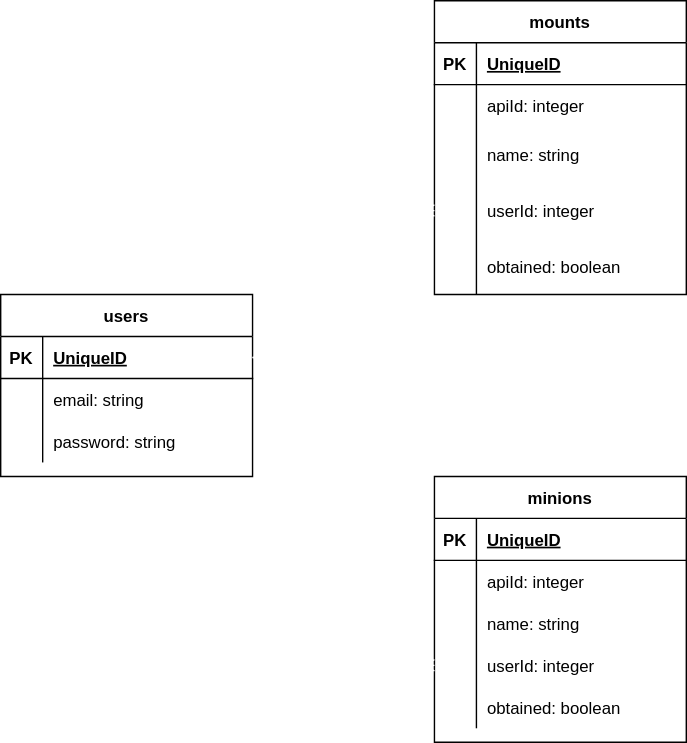
Before: media/readme/ERD.drawio.svg, a diagram exported from draw.io (average-alien/ffxiv-collection-tracker). Source tidied: cells renumbered, new cells last; positions are measured from the earlier drawing's top-left corner, leaving out a move shared by most shapes.
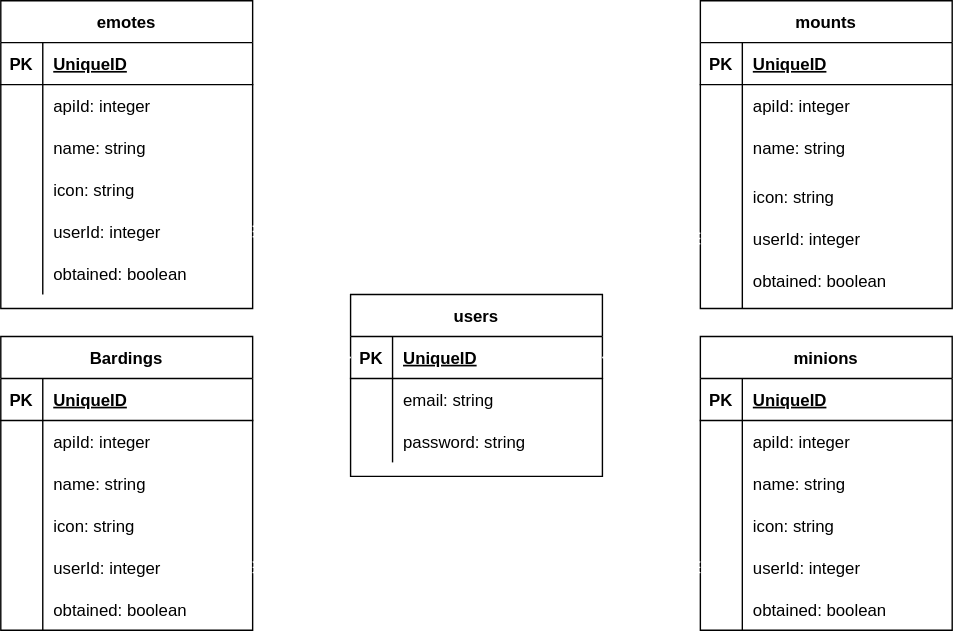
After the commit.

The edit, as a diff of the source:
```diff
@@ -3,7 +3,7 @@
     <mxCell id="0" />
     <mxCell id="1" parent="0" />
     <mxCell id="2" value="users" style="shape=table;startSize=30;rowLines=0;fontStyle=1;align=center;swimlaneFillColor=default;" parent="1" vertex="1">
-      <mxGeometry y="210" width="180" height="130" as="geometry" />
+      <mxGeometry x="250" y="210" width="180" height="130" as="geometry" />
     </mxCell>
     <mxCell id="3" style="shape=partialRectangle;fillColor=none;top=0;left=0;bottom=1;right=0;points=[[0,0.5],[1,0.5]];portConstraint=eastwest;" parent="2" vertex="1">
       <mxGeometry y="30" width="180" height="30" as="geometry" />
@@ -33,7 +33,7 @@
       <mxGeometry x="30" width="150" height="30" as="geometry" />
     </mxCell>
     <mxCell id="12" value="mounts" style="shape=table;startSize=30;rowLines=0;fontStyle=1;align=center;swimlaneFillColor=default;" parent="1" vertex="1">
-      <mxGeometry x="310" width="180" height="210" as="geometry" />
+      <mxGeometry x="500" width="180" height="220" as="geometry" />
     </mxCell>
     <mxCell id="13" style="shape=partialRectangle;fillColor=none;top=0;left=0;bottom=1;right=0;" parent="12" vertex="1">
       <mxGeometry y="30" width="180" height="30" as="geometry" />
@@ -54,25 +54,34 @@
       <mxGeometry x="30" width="150" height="30" as="geometry" />
     </mxCell>
     <mxCell id="19" style="shape=partialRectangle;fillColor=none;top=0;left=0;bottom=0;right=0;" parent="12" vertex="1">
-      <mxGeometry y="90" width="180" height="40" as="geometry" />
+      <mxGeometry y="90" width="180" height="30" as="geometry" />
     </mxCell>
     <mxCell id="20" style="shape=partialRectangle;fillColor=none;top=0;left=0;bottom=0;right=0;overflow=hidden;" parent="19" vertex="1">
-      <mxGeometry width="30" height="40" as="geometry" />
+      <mxGeometry width="30" height="30" as="geometry" />
     </mxCell>
     <mxCell id="21" value="name: string" style="shape=partialRectangle;fillColor=none;top=0;left=0;bottom=0;right=0;align=left;spacingLeft=6;overflow=hidden;" parent="19" vertex="1">
-      <mxGeometry x="30" width="150" height="40" as="geometry" />
+      <mxGeometry x="30" width="150" height="30" as="geometry" />
     </mxCell>
+    <mxCell id="46" style="shape=partialRectangle;fillColor=none;top=0;left=0;bottom=0;right=0;" parent="12" vertex="1">
+      <mxGeometry y="120" width="180" height="40" as="geometry" />
+    </mxCell>
+    <mxCell id="47" style="shape=partialRectangle;fillColor=none;top=0;left=0;bottom=0;right=0;overflow=hidden;" parent="46" vertex="1">
+      <mxGeometry width="30" height="40" as="geometry" />
+    </mxCell>
+    <mxCell id="48" value="icon: string" style="shape=partialRectangle;fillColor=none;top=0;left=0;bottom=0;right=0;align=left;spacingLeft=6;overflow=hidden;" parent="46" vertex="1">
+      <mxGeometry x="30" width="150" height="40" as="geometry" />
+    </mxCell>
     <mxCell id="22" style="shape=partialRectangle;fillColor=none;top=0;left=0;bottom=0;right=0;points=[[0,0.5],[1,0.5]];portConstraint=eastwest;" parent="12" vertex="1">
-      <mxGeometry y="130" width="180" height="40" as="geometry" />
+      <mxGeometry y="160" width="180" height="20" as="geometry" />
     </mxCell>
     <mxCell id="23" style="shape=partialRectangle;fillColor=none;top=0;left=0;bottom=0;right=0;overflow=hidden;" parent="22" vertex="1">
-      <mxGeometry width="30" height="40" as="geometry" />
+      <mxGeometry width="30" height="20" as="geometry" />
     </mxCell>
     <mxCell id="24" value="userId: integer" style="shape=partialRectangle;fillColor=none;top=0;left=0;bottom=0;right=0;align=left;spacingLeft=6;overflow=hidden;" parent="22" vertex="1">
-      <mxGeometry x="30" width="150" height="40" as="geometry" />
+      <mxGeometry x="30" width="150" height="20" as="geometry" />
     </mxCell>
     <mxCell id="25" style="shape=partialRectangle;fillColor=none;top=0;left=0;bottom=0;right=0;" parent="12" vertex="1">
-      <mxGeometry y="170" width="180" height="40" as="geometry" />
+      <mxGeometry y="180" width="180" height="40" as="geometry" />
     </mxCell>
     <mxCell id="26" style="shape=partialRectangle;fillColor=none;top=0;left=0;bottom=0;right=0;overflow=hidden;" parent="25" vertex="1">
       <mxGeometry width="30" height="40" as="geometry" />
@@ -81,7 +90,7 @@
       <mxGeometry x="30" width="150" height="40" as="geometry" />
     </mxCell>
     <mxCell id="28" value="minions" style="shape=table;startSize=30;rowLines=0;fontStyle=1;align=center;swimlaneFillColor=default;" parent="1" vertex="1">
-      <mxGeometry x="310" y="340" width="180" height="190" as="geometry" />
+      <mxGeometry x="500" y="240" width="180" height="210" as="geometry" />
     </mxCell>
     <mxCell id="29" style="shape=partialRectangle;fillColor=none;top=0;left=0;bottom=1;right=0;" parent="28" vertex="1">
       <mxGeometry y="30" width="180" height="30" as="geometry" />
@@ -110,8 +119,17 @@
     <mxCell id="37" value="name: string" style="shape=partialRectangle;fillColor=none;top=0;left=0;bottom=0;right=0;align=left;spacingLeft=6;overflow=hidden;" parent="35" vertex="1">
       <mxGeometry x="30" width="150" height="30" as="geometry" />
     </mxCell>
+    <mxCell id="49" style="shape=partialRectangle;fillColor=none;top=0;left=0;bottom=0;right=0;" parent="28" vertex="1">
+      <mxGeometry y="120" width="180" height="30" as="geometry" />
+    </mxCell>
+    <mxCell id="50" style="shape=partialRectangle;fillColor=none;top=0;left=0;bottom=0;right=0;overflow=hidden;" parent="49" vertex="1">
+      <mxGeometry width="30" height="30" as="geometry" />
+    </mxCell>
+    <mxCell id="51" value="icon: string" style="shape=partialRectangle;fillColor=none;top=0;left=0;bottom=0;right=0;align=left;spacingLeft=6;overflow=hidden;" parent="49" vertex="1">
+      <mxGeometry x="30" width="150" height="30" as="geometry" />
+    </mxCell>
     <mxCell id="38" style="shape=partialRectangle;fillColor=none;top=0;left=0;bottom=0;right=0;points=[[0,0.5],[1,0.5]];portConstraint=eastwest;" parent="28" vertex="1">
-      <mxGeometry y="120" width="180" height="30" as="geometry" />
+      <mxGeometry y="150" width="180" height="30" as="geometry" />
     </mxCell>
     <mxCell id="39" style="shape=partialRectangle;fillColor=none;top=0;left=0;bottom=0;right=0;overflow=hidden;" parent="38" vertex="1">
       <mxGeometry width="30" height="30" as="geometry" />
@@ -120,7 +138,7 @@
       <mxGeometry x="30" width="150" height="30" as="geometry" />
     </mxCell>
     <mxCell id="41" style="shape=partialRectangle;fillColor=none;top=0;left=0;bottom=0;right=0;" parent="28" vertex="1">
-      <mxGeometry y="150" width="180" height="30" as="geometry" />
+      <mxGeometry y="180" width="180" height="30" as="geometry" />
     </mxCell>
     <mxCell id="42" style="shape=partialRectangle;fillColor=none;top=0;left=0;bottom=0;right=0;overflow=hidden;" parent="41" vertex="1">
       <mxGeometry width="30" height="30" as="geometry" />
@@ -134,5 +152,125 @@
     <mxCell id="45" style="edgeStyle=entityRelationEdgeStyle;fontSize=12;html=1;endArrow=ERzeroToMany;startArrow=ERmandOne;endFill=0;startFill=0;fillColor=#f5f5f5;strokeColor=#FFFFFF;" parent="1" edge="1" source="3" target="38">
       <mxGeometry relative="1" as="geometry" />
     </mxCell>
+    <mxCell id="52" value="emotes" style="shape=table;startSize=30;rowLines=0;fontStyle=1;align=center;swimlaneFillColor=default;" parent="1" vertex="1">
+      <mxGeometry width="180" height="220" as="geometry" />
+    </mxCell>
+    <mxCell id="53" style="shape=partialRectangle;fillColor=none;top=0;left=0;bottom=1;right=0;" parent="52" vertex="1">
+      <mxGeometry y="30" width="180" height="30" as="geometry" />
+    </mxCell>
+    <mxCell id="54" value="PK" style="shape=partialRectangle;fillColor=none;top=0;left=0;bottom=0;right=0;fontStyle=1;overflow=hidden;" parent="53" vertex="1">
+      <mxGeometry width="30" height="30" as="geometry" />
+    </mxCell>
+    <mxCell id="55" value="UniqueID" style="shape=partialRectangle;fillColor=none;top=0;left=0;bottom=0;right=0;align=left;spacingLeft=6;fontStyle=5;overflow=hidden;" parent="53" vertex="1">
+      <mxGeometry x="30" width="150" height="30" as="geometry" />
+    </mxCell>
+    <mxCell id="56" style="shape=partialRectangle;fillColor=none;top=0;left=0;bottom=0;right=0;" parent="52" vertex="1">
+      <mxGeometry y="60" width="180" height="30" as="geometry" />
+    </mxCell>
+    <mxCell id="57" style="shape=partialRectangle;fillColor=none;top=0;left=0;bottom=0;right=0;overflow=hidden;" parent="56" vertex="1">
+      <mxGeometry width="30" height="30" as="geometry" />
+    </mxCell>
+    <mxCell id="58" value="apiId: integer" style="shape=partialRectangle;fillColor=none;top=0;left=0;bottom=0;right=0;align=left;spacingLeft=6;overflow=hidden;" parent="56" vertex="1">
+      <mxGeometry x="30" width="150" height="30" as="geometry" />
+    </mxCell>
+    <mxCell id="59" style="shape=partialRectangle;fillColor=none;top=0;left=0;bottom=0;right=0;" parent="52" vertex="1">
+      <mxGeometry y="90" width="180" height="30" as="geometry" />
+    </mxCell>
+    <mxCell id="60" style="shape=partialRectangle;fillColor=none;top=0;left=0;bottom=0;right=0;overflow=hidden;" parent="59" vertex="1">
+      <mxGeometry width="30" height="30" as="geometry" />
+    </mxCell>
+    <mxCell id="61" value="name: string" style="shape=partialRectangle;fillColor=none;top=0;left=0;bottom=0;right=0;align=left;spacingLeft=6;overflow=hidden;" parent="59" vertex="1">
+      <mxGeometry x="30" width="150" height="30" as="geometry" />
+    </mxCell>
+    <mxCell id="62" style="shape=partialRectangle;fillColor=none;top=0;left=0;bottom=0;right=0;" parent="52" vertex="1">
+      <mxGeometry y="120" width="180" height="30" as="geometry" />
+    </mxCell>
+    <mxCell id="63" style="shape=partialRectangle;fillColor=none;top=0;left=0;bottom=0;right=0;overflow=hidden;" parent="62" vertex="1">
+      <mxGeometry width="30" height="30" as="geometry" />
+    </mxCell>
+    <mxCell id="64" value="icon: string" style="shape=partialRectangle;fillColor=none;top=0;left=0;bottom=0;right=0;align=left;spacingLeft=6;overflow=hidden;" parent="62" vertex="1">
+      <mxGeometry x="30" width="150" height="30" as="geometry" />
+    </mxCell>
+    <mxCell id="65" style="shape=partialRectangle;fillColor=none;top=0;left=0;bottom=0;right=0;points=[[0,0.5],[1,0.5]];portConstraint=eastwest;" parent="52" vertex="1">
+      <mxGeometry y="150" width="180" height="30" as="geometry" />
+    </mxCell>
+    <mxCell id="66" style="shape=partialRectangle;fillColor=none;top=0;left=0;bottom=0;right=0;overflow=hidden;" parent="65" vertex="1">
+      <mxGeometry width="30" height="30" as="geometry" />
+    </mxCell>
+    <mxCell id="67" value="userId: integer" style="shape=partialRectangle;fillColor=none;top=0;left=0;bottom=0;right=0;align=left;spacingLeft=6;overflow=hidden;" parent="65" vertex="1">
+      <mxGeometry x="30" width="150" height="30" as="geometry" />
+    </mxCell>
+    <mxCell id="68" style="shape=partialRectangle;fillColor=none;top=0;left=0;bottom=0;right=0;" parent="52" vertex="1">
+      <mxGeometry y="180" width="180" height="30" as="geometry" />
+    </mxCell>
+    <mxCell id="69" style="shape=partialRectangle;fillColor=none;top=0;left=0;bottom=0;right=0;overflow=hidden;" parent="68" vertex="1">
+      <mxGeometry width="30" height="30" as="geometry" />
+    </mxCell>
+    <mxCell id="70" value="obtained: boolean" style="shape=partialRectangle;fillColor=none;top=0;left=0;bottom=0;right=0;align=left;spacingLeft=6;overflow=hidden;" parent="68" vertex="1">
+      <mxGeometry x="30" width="150" height="30" as="geometry" />
+    </mxCell>
+    <mxCell id="71" value="Bardings" style="shape=table;startSize=30;rowLines=0;fontStyle=1;align=center;swimlaneFillColor=default;" parent="1" vertex="1">
+      <mxGeometry y="240" width="180" height="210" as="geometry" />
+    </mxCell>
+    <mxCell id="72" style="shape=partialRectangle;fillColor=none;top=0;left=0;bottom=1;right=0;" parent="71" vertex="1">
+      <mxGeometry y="30" width="180" height="30" as="geometry" />
+    </mxCell>
+    <mxCell id="73" value="PK" style="shape=partialRectangle;fillColor=none;top=0;left=0;bottom=0;right=0;fontStyle=1;overflow=hidden;" parent="72" vertex="1">
+      <mxGeometry width="30" height="30" as="geometry" />
+    </mxCell>
+    <mxCell id="74" value="UniqueID" style="shape=partialRectangle;fillColor=none;top=0;left=0;bottom=0;right=0;align=left;spacingLeft=6;fontStyle=5;overflow=hidden;" parent="72" vertex="1">
+      <mxGeometry x="30" width="150" height="30" as="geometry" />
+    </mxCell>
+    <mxCell id="75" style="shape=partialRectangle;fillColor=none;top=0;left=0;bottom=0;right=0;" parent="71" vertex="1">
+      <mxGeometry y="60" width="180" height="30" as="geometry" />
+    </mxCell>
+    <mxCell id="76" style="shape=partialRectangle;fillColor=none;top=0;left=0;bottom=0;right=0;overflow=hidden;" parent="75" vertex="1">
+      <mxGeometry width="30" height="30" as="geometry" />
+    </mxCell>
+    <mxCell id="77" value="apiId: integer " style="shape=partialRectangle;fillColor=none;top=0;left=0;bottom=0;right=0;align=left;spacingLeft=6;overflow=hidden;" parent="75" vertex="1">
+      <mxGeometry x="30" width="150" height="30" as="geometry" />
+    </mxCell>
+    <mxCell id="78" style="shape=partialRectangle;fillColor=none;top=0;left=0;bottom=0;right=0;" parent="71" vertex="1">
+      <mxGeometry y="90" width="180" height="30" as="geometry" />
+    </mxCell>
+    <mxCell id="79" style="shape=partialRectangle;fillColor=none;top=0;left=0;bottom=0;right=0;overflow=hidden;" parent="78" vertex="1">
+      <mxGeometry width="30" height="30" as="geometry" />
+    </mxCell>
+    <mxCell id="80" value="name: string" style="shape=partialRectangle;fillColor=none;top=0;left=0;bottom=0;right=0;align=left;spacingLeft=6;overflow=hidden;" parent="78" vertex="1">
+      <mxGeometry x="30" width="150" height="30" as="geometry" />
+    </mxCell>
+    <mxCell id="81" style="shape=partialRectangle;fillColor=none;top=0;left=0;bottom=0;right=0;" parent="71" vertex="1">
+      <mxGeometry y="120" width="180" height="30" as="geometry" />
+    </mxCell>
+    <mxCell id="82" style="shape=partialRectangle;fillColor=none;top=0;left=0;bottom=0;right=0;overflow=hidden;" parent="81" vertex="1">
+      <mxGeometry width="30" height="30" as="geometry" />
+    </mxCell>
+    <mxCell id="83" value="icon: string" style="shape=partialRectangle;fillColor=none;top=0;left=0;bottom=0;right=0;align=left;spacingLeft=6;overflow=hidden;" parent="81" vertex="1">
+      <mxGeometry x="30" width="150" height="30" as="geometry" />
+    </mxCell>
+    <mxCell id="84" style="shape=partialRectangle;fillColor=none;top=0;left=0;bottom=0;right=0;points=[[0,0.5],[1,0.5]];portConstraint=eastwest;" parent="71" vertex="1">
+      <mxGeometry y="150" width="180" height="30" as="geometry" />
+    </mxCell>
+    <mxCell id="85" style="shape=partialRectangle;fillColor=none;top=0;left=0;bottom=0;right=0;overflow=hidden;" parent="84" vertex="1">
+      <mxGeometry width="30" height="30" as="geometry" />
+    </mxCell>
+    <mxCell id="86" value="userId: integer" style="shape=partialRectangle;fillColor=none;top=0;left=0;bottom=0;right=0;align=left;spacingLeft=6;overflow=hidden;" parent="84" vertex="1">
+      <mxGeometry x="30" width="150" height="30" as="geometry" />
+    </mxCell>
+    <mxCell id="87" style="shape=partialRectangle;fillColor=none;top=0;left=0;bottom=0;right=0;" parent="71" vertex="1">
+      <mxGeometry y="180" width="180" height="30" as="geometry" />
+    </mxCell>
+    <mxCell id="88" style="shape=partialRectangle;fillColor=none;top=0;left=0;bottom=0;right=0;overflow=hidden;" parent="87" vertex="1">
+      <mxGeometry width="30" height="30" as="geometry" />
+    </mxCell>
+    <mxCell id="89" value="obtained: boolean" style="shape=partialRectangle;fillColor=none;top=0;left=0;bottom=0;right=0;align=left;spacingLeft=6;overflow=hidden;" parent="87" vertex="1">
+      <mxGeometry x="30" width="150" height="30" as="geometry" />
+    </mxCell>
+    <mxCell id="90" style="edgeStyle=entityRelationEdgeStyle;fontSize=12;html=1;endArrow=ERone;endFill=0;startArrow=ERzeroToMany;startFill=0;strokeColor=#FFFFFF;" parent="1" edge="1" source="65" target="3">
+      <mxGeometry relative="1" as="geometry" />
+    </mxCell>
+    <mxCell id="91" style="edgeStyle=entityRelationEdgeStyle;fontSize=12;html=1;endArrow=ERmandOne;endFill=0;startArrow=ERzeroToMany;startFill=0;strokeColor=#FFFFFF;" parent="1" edge="1" source="84" target="3">
+      <mxGeometry relative="1" as="geometry" />
+    </mxCell>
   </root>
 </mxGraphModel>
```
